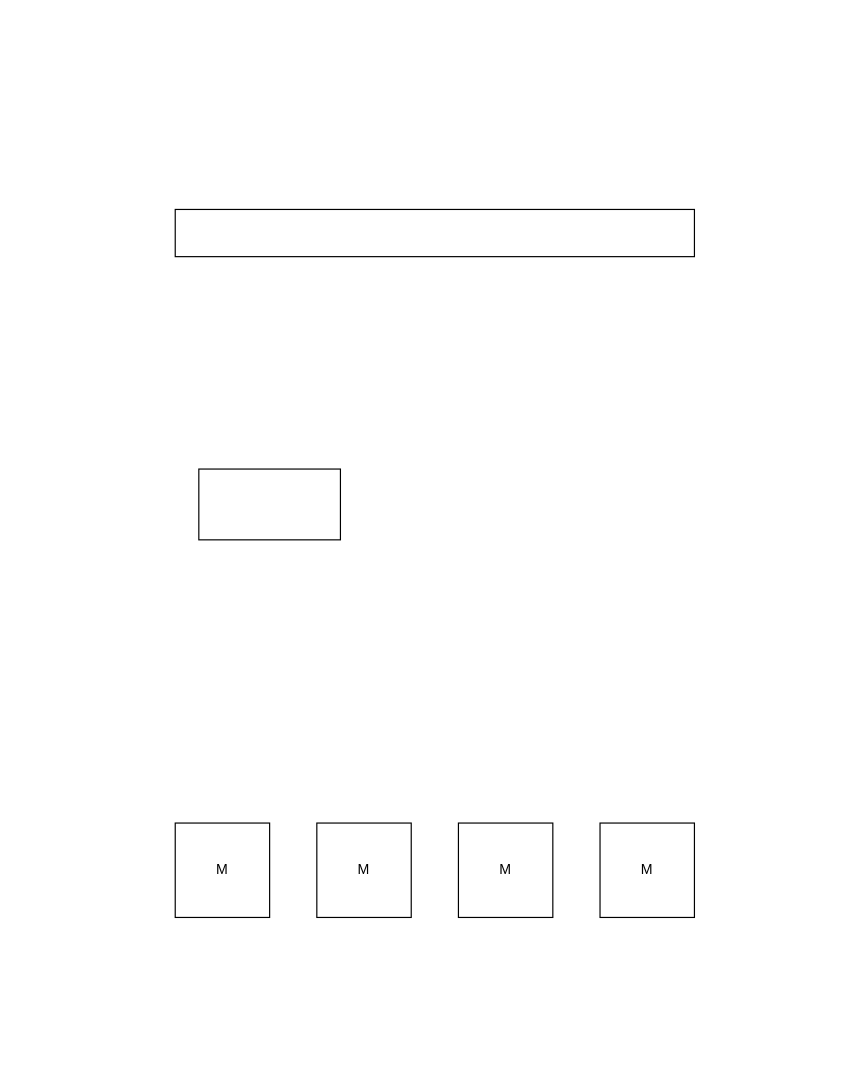
lovercode/drawio keeps this draw.io diagram as page "gpm" (2 of 2) of go.drawio. Above is the earlier version. Source tidied: cells renumbered, new cells numbered last; positions are measured from the earlier drawing's top-left corner, leaving out a move shared by most shapes. Both pictures are drawn from the tidied source at 118%, with x=0, y=0 at pixel (175, 209).
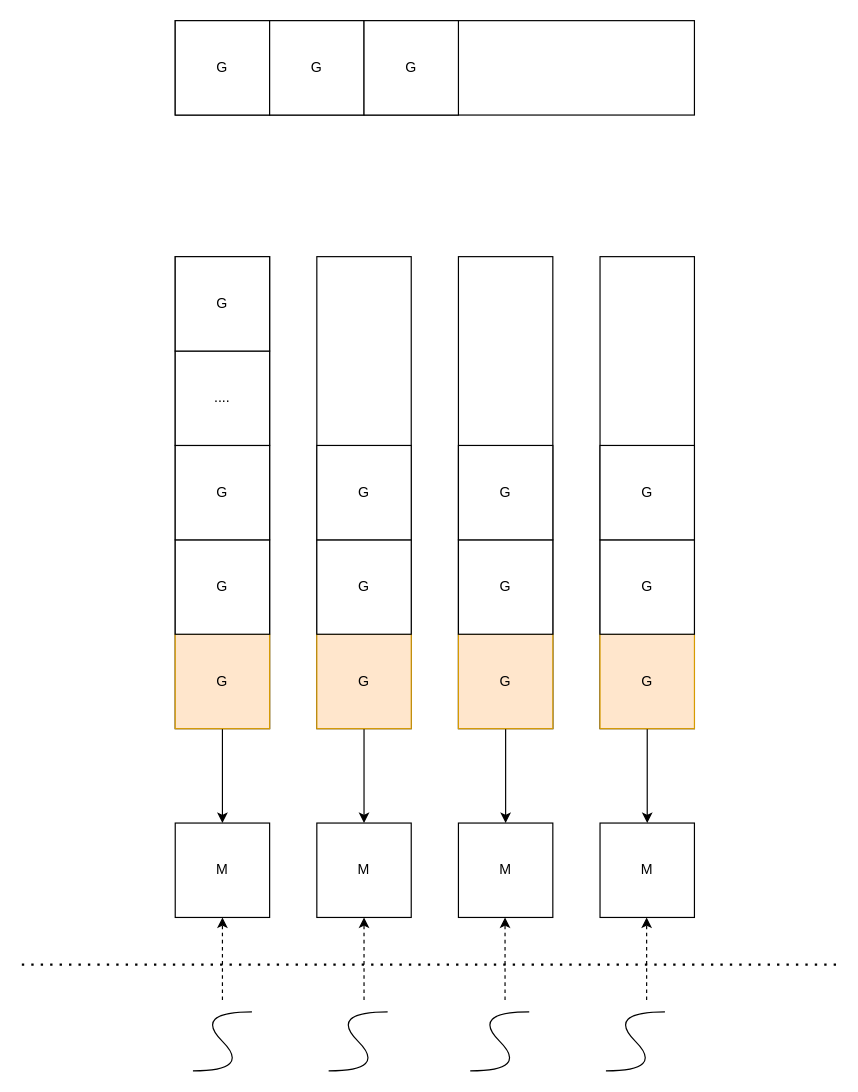
Above is the later version.

Unchanged cells that the change refers to:
```xml
<mxCell id="2" value="M" style="rounded=0;whiteSpace=wrap;html=1;" parent="1" vertex="1">
  <mxGeometry y="520" width="80" height="80" as="geometry" />
</mxCell>
<mxCell id="3" value="M" style="rounded=0;whiteSpace=wrap;html=1;" parent="1" vertex="1">
  <mxGeometry x="120" y="520" width="80" height="80" as="geometry" />
</mxCell>
<mxCell id="4" value="M" style="rounded=0;whiteSpace=wrap;html=1;" parent="1" vertex="1">
  <mxGeometry x="240" y="520" width="80" height="80" as="geometry" />
</mxCell>
<mxCell id="5" value="M" style="rounded=0;whiteSpace=wrap;html=1;" parent="1" vertex="1">
  <mxGeometry x="360" y="520" width="80" height="80" as="geometry" />
</mxCell>
```

Change to the diagram source:
```diff
@@
     <mxCell id="6" style="rounded=0;whiteSpace=wrap;html=1;" parent="1" vertex="1">
-      <mxGeometry width="440" height="40" as="geometry" />
+      <mxGeometry y="-160" width="440" height="80" as="geometry" />
     </mxCell>
     <mxCell id="7" style="rounded=0;whiteSpace=wrap;html=1;" parent="1" vertex="1">
-      <mxGeometry x="20" y="220" width="120" height="60" as="geometry" />
+      <mxGeometry y="40" width="80" height="400" as="geometry" />
     </mxCell>
+    <mxCell id="8" style="edgeStyle=orthogonalEdgeStyle;rounded=0;jettySize=auto;html=1;entryX=0.5;entryY=0;entryDx=0;entryDy=0;" parent="1" edge="1" source="9" target="2">
+      <mxGeometry relative="1" as="geometry" />
+    </mxCell>
+    <mxCell id="9" value="G" style="rounded=0;whiteSpace=wrap;html=1;fillColor=#ffe6cc;strokeColor=#d79b00;" parent="1" vertex="1">
+      <mxGeometry y="360" width="80" height="80" as="geometry" />
+    </mxCell>
+    <mxCell id="10" value="G" style="rounded=0;whiteSpace=wrap;html=1;" parent="1" vertex="1">
+      <mxGeometry y="280" width="80" height="80" as="geometry" />
+    </mxCell>
+    <mxCell id="11" value="G" style="rounded=0;whiteSpace=wrap;html=1;" parent="1" vertex="1">
+      <mxGeometry y="200" width="80" height="80" as="geometry" />
+    </mxCell>
+    <mxCell id="12" value="...." style="rounded=0;whiteSpace=wrap;html=1;" parent="1" vertex="1">
+      <mxGeometry y="120" width="80" height="80" as="geometry" />
+    </mxCell>
+    <mxCell id="13" value="G" style="rounded=0;whiteSpace=wrap;html=1;" parent="1" vertex="1">
+      <mxGeometry y="40" width="80" height="80" as="geometry" />
+    </mxCell>
+    <mxCell id="14" style="rounded=0;whiteSpace=wrap;html=1;" parent="1" vertex="1">
+      <mxGeometry x="120" y="40" width="80" height="400" as="geometry" />
+    </mxCell>
+    <mxCell id="15" style="edgeStyle=orthogonalEdgeStyle;rounded=0;jettySize=auto;html=1;entryX=0.5;entryY=0;entryDx=0;entryDy=0;" parent="1" edge="1" source="16" target="3">
+      <mxGeometry relative="1" as="geometry" />
+    </mxCell>
+    <mxCell id="16" value="G" style="rounded=0;whiteSpace=wrap;html=1;fillColor=#ffe6cc;strokeColor=#d79b00;" parent="1" vertex="1">
+      <mxGeometry x="120" y="360" width="80" height="80" as="geometry" />
+    </mxCell>
+    <mxCell id="17" value="G" style="rounded=0;whiteSpace=wrap;html=1;" parent="1" vertex="1">
+      <mxGeometry x="120" y="280" width="80" height="80" as="geometry" />
+    </mxCell>
+    <mxCell id="18" value="G" style="rounded=0;whiteSpace=wrap;html=1;" parent="1" vertex="1">
+      <mxGeometry x="120" y="200" width="80" height="80" as="geometry" />
+    </mxCell>
+    <mxCell id="19" style="rounded=0;whiteSpace=wrap;html=1;" parent="1" vertex="1">
+      <mxGeometry x="240" y="40" width="80" height="400" as="geometry" />
+    </mxCell>
+    <mxCell id="20" style="edgeStyle=orthogonalEdgeStyle;rounded=0;jettySize=auto;html=1;exitX=0.5;exitY=1;exitDx=0;exitDy=0;entryX=0.5;entryY=0;entryDx=0;entryDy=0;" parent="1" edge="1" source="21" target="4">
+      <mxGeometry relative="1" as="geometry" />
+    </mxCell>
+    <mxCell id="21" value="G" style="rounded=0;whiteSpace=wrap;html=1;fillColor=#ffe6cc;strokeColor=#d79b00;" parent="1" vertex="1">
+      <mxGeometry x="240" y="360" width="80" height="80" as="geometry" />
+    </mxCell>
+    <mxCell id="22" value="G" style="rounded=0;whiteSpace=wrap;html=1;" parent="1" vertex="1">
+      <mxGeometry x="240" y="280" width="80" height="80" as="geometry" />
+    </mxCell>
+    <mxCell id="23" value="G" style="rounded=0;whiteSpace=wrap;html=1;" parent="1" vertex="1">
+      <mxGeometry x="240" y="200" width="80" height="80" as="geometry" />
+    </mxCell>
+    <mxCell id="24" style="rounded=0;whiteSpace=wrap;html=1;" parent="1" vertex="1">
+      <mxGeometry x="360" y="40" width="80" height="400" as="geometry" />
+    </mxCell>
+    <mxCell id="25" style="edgeStyle=orthogonalEdgeStyle;rounded=0;jettySize=auto;html=1;exitX=0.5;exitY=1;exitDx=0;exitDy=0;entryX=0.5;entryY=0;entryDx=0;entryDy=0;" parent="1" edge="1" source="26" target="5">
+      <mxGeometry relative="1" as="geometry" />
+    </mxCell>
+    <mxCell id="26" value="G" style="rounded=0;whiteSpace=wrap;html=1;fillColor=#ffe6cc;strokeColor=#d79b00;" parent="1" vertex="1">
+      <mxGeometry x="360" y="360" width="80" height="80" as="geometry" />
+    </mxCell>
+    <mxCell id="27" value="G" style="rounded=0;whiteSpace=wrap;html=1;" parent="1" vertex="1">
+      <mxGeometry x="360" y="280" width="80" height="80" as="geometry" />
+    </mxCell>
+    <mxCell id="28" value="G" style="rounded=0;whiteSpace=wrap;html=1;" parent="1" vertex="1">
+      <mxGeometry x="360" y="200" width="80" height="80" as="geometry" />
+    </mxCell>
+    <mxCell id="29" value="G" style="rounded=0;whiteSpace=wrap;html=1;" parent="1" vertex="1">
+      <mxGeometry y="-160" width="80" height="80" as="geometry" />
+    </mxCell>
+    <mxCell id="30" value="G" style="rounded=0;whiteSpace=wrap;html=1;" parent="1" vertex="1">
+      <mxGeometry x="80" y="-160" width="80" height="80" as="geometry" />
+    </mxCell>
+    <mxCell id="31" value="G" style="rounded=0;whiteSpace=wrap;html=1;" parent="1" vertex="1">
+      <mxGeometry x="160" y="-160" width="80" height="80" as="geometry" />
+    </mxCell>
+    <mxCell id="32" style="endArrow=none;dashed=1;html=1;dashPattern=1 3;strokeWidth=2;rounded=0;" parent="1" edge="1">
+      <mxGeometry relative="1" as="geometry">
+        <mxPoint x="-130" y="640" as="sourcePoint" />
+        <mxPoint x="560" y="640" as="targetPoint" />
+      </mxGeometry>
+    </mxCell>
+    <mxCell id="33" style="endArrow=none;html=1;strokeColor=default;curved=1;endFill=0;" parent="1" edge="1">
+      <mxGeometry relative="1" as="geometry">
+        <mxPoint x="15" y="730" as="sourcePoint" />
+        <mxPoint x="65" y="680" as="targetPoint" />
+        <Array as="points">
+          <mxPoint x="65" y="730" />
+          <mxPoint x="15" y="680" />
+        </Array>
+      </mxGeometry>
+    </mxCell>
+    <mxCell id="34" style="endArrow=none;html=1;strokeColor=default;curved=1;endFill=0;" parent="1" edge="1">
+      <mxGeometry relative="1" as="geometry">
+        <mxPoint x="130" y="730" as="sourcePoint" />
+        <mxPoint x="180" y="680" as="targetPoint" />
+        <Array as="points">
+          <mxPoint x="180" y="730" />
+          <mxPoint x="130" y="680" />
+        </Array>
+      </mxGeometry>
+    </mxCell>
+    <mxCell id="35" style="endArrow=none;html=1;strokeColor=default;curved=1;endFill=0;" parent="1" edge="1">
+      <mxGeometry relative="1" as="geometry">
+        <mxPoint x="250" y="730" as="sourcePoint" />
+        <mxPoint x="300" y="680" as="targetPoint" />
+        <Array as="points">
+          <mxPoint x="300" y="730" />
+          <mxPoint x="250" y="680" />
+        </Array>
+      </mxGeometry>
+    </mxCell>
+    <mxCell id="36" style="endArrow=none;html=1;strokeColor=default;curved=1;endFill=0;" parent="1" edge="1">
+      <mxGeometry relative="1" as="geometry">
+        <mxPoint x="365" y="730" as="sourcePoint" />
+        <mxPoint x="415" y="680" as="targetPoint" />
+        <Array as="points">
+          <mxPoint x="415" y="730" />
+          <mxPoint x="365" y="680" />
+        </Array>
+      </mxGeometry>
+    </mxCell>
+    <mxCell id="37" style="endArrow=classic;html=1;rounded=0;entryX=0.5;entryY=1;entryDx=0;entryDy=0;dashed=1;" parent="1" edge="1" target="2">
+      <mxGeometry relative="1" as="geometry">
+        <mxPoint x="40" y="670" as="sourcePoint" />
+      </mxGeometry>
+    </mxCell>
+    <mxCell id="38" style="endArrow=classic;html=1;rounded=0;entryX=0.5;entryY=1;entryDx=0;entryDy=0;dashed=1;" parent="1" edge="1">
+      <mxGeometry relative="1" as="geometry">
+        <mxPoint x="160" y="670" as="sourcePoint" />
+        <mxPoint x="160" y="600" as="targetPoint" />
+      </mxGeometry>
+    </mxCell>
+    <mxCell id="39" style="endArrow=classic;html=1;rounded=0;entryX=0.5;entryY=1;entryDx=0;entryDy=0;dashed=1;" parent="1" edge="1">
+      <mxGeometry relative="1" as="geometry">
+        <mxPoint x="279.5" y="670" as="sourcePoint" />
+        <mxPoint x="279.5" y="600" as="targetPoint" />
+      </mxGeometry>
+    </mxCell>
+    <mxCell id="40" style="endArrow=classic;html=1;rounded=0;entryX=0.5;entryY=1;entryDx=0;entryDy=0;dashed=1;" parent="1" edge="1">
+      <mxGeometry relative="1" as="geometry">
+        <mxPoint x="399.5" y="670" as="sourcePoint" />
+        <mxPoint x="399.5" y="600" as="targetPoint" />
+      </mxGeometry>
+    </mxCell>
```
